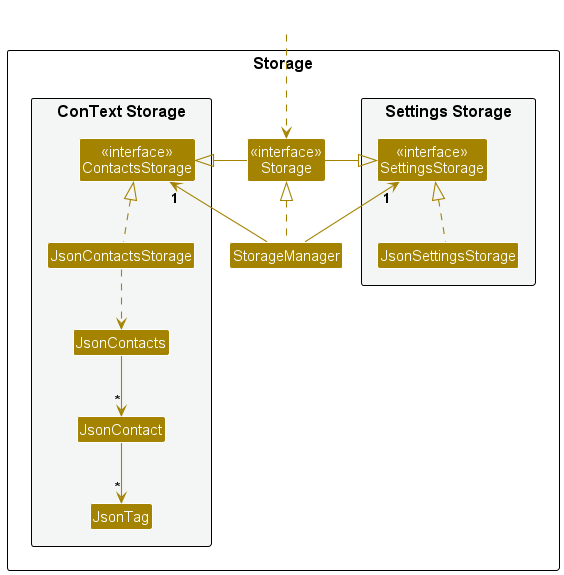
Above: docs/images/StorageClassDiagram.png in nus-cs2103-AY2324S1/tp (PlantUML), before the change. Source of this version:
```plantuml
@startuml
!include style.puml
skinparam arrowThickness 1.1
skinparam arrowColor STORAGE_COLOR
skinparam classBackgroundColor STORAGE_COLOR

package Storage as StoragePackage {

package "Settings Storage" #F4F6F6{
Class "<<interface>>\nSettingsStorage" as SettingsStorage
Class JsonSettingsStorage
}

Class "<<interface>>\nStorage" as Storage
Class StorageManager

package "ConText Storage" #F4F6F6{
Class "<<interface>>\nContactsStorage" as ContactsStorage
Class JsonContactsStorage
Class JsonContacts
Class JsonContact
Class JsonTag
}

}

Class HiddenOutside #FFFFFF
HiddenOutside ..> Storage

StorageManager .up.|> Storage
StorageManager -up-> "1" SettingsStorage
StorageManager -up-> "1" ContactsStorage

Storage -left-|> SettingsStorage
Storage -right-|> ContactsStorage

JsonSettingsStorage .up.|> SettingsStorage
JsonContactsStorage .up.|> ContactsStorage
JsonContactsStorage ..> JsonContacts
JsonContacts --> "*" JsonContact
JsonContact --> "*" JsonTag

@enduml
```
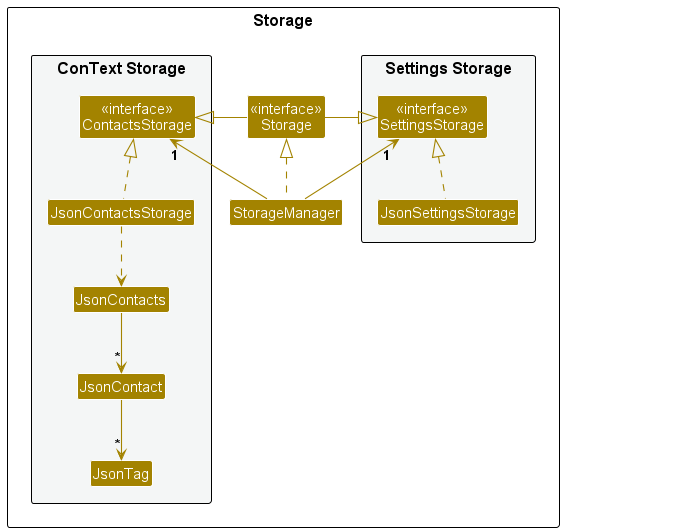
The same diagram one commit later.

Diff of the diagram source:
```diff
@@ -25,7 +25,6 @@
 }
 
 Class HiddenOutside #FFFFFF
-HiddenOutside ..> Storage
 
 StorageManager .up.|> Storage
 StorageManager -up-> "1" SettingsStorage
```
